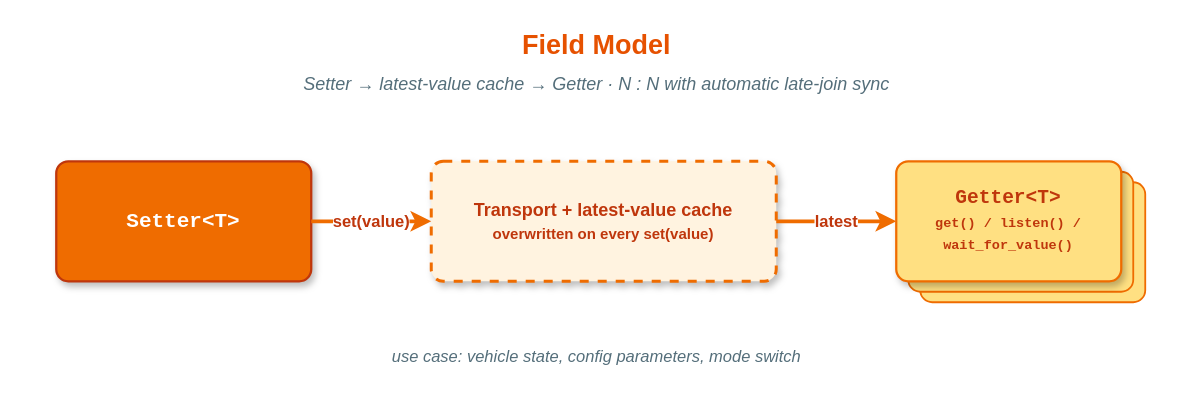
Earlier version of the draw.io diagram doc/images/foreword-field-flow.drawio (PinkMan-03/vlink). Source tidied: cells renumbered, new cells numbered last; positions are measured from the earlier drawing's top-left corner, leaving out a move shared by most shapes. Both pictures are drawn from the tidied source at 150%, with x=0, y=0 at pixel (26, 26).
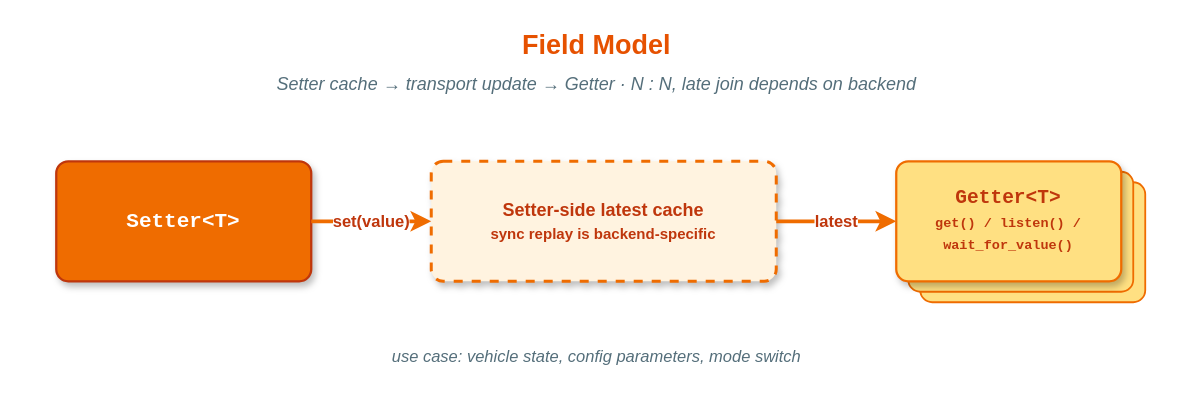
After the change.

The edit, as a diff of the source:
```diff
@@
 <mxGraphModel>
   <root>
     <mxCell id="0" />
     <mxCell id="1" parent="0" />
     <mxCell id="2" value="Field Model" style="text;html=1;align=center;verticalAlign=middle;strokeColor=none;fillColor=none;fontSize=18;fontStyle=1;fontColor=#e65100;" parent="1" vertex="1">
       <mxGeometry width="760" height="26" as="geometry" />
     </mxCell>
-    <mxCell id="3" value="Setter → latest-value cache → Getter    ·    N : N with automatic late-join sync" style="text;html=1;align=center;verticalAlign=middle;strokeColor=none;fillColor=none;fontSize=12;fontStyle=2;fontColor=#546e7a;" parent="1" vertex="1">
+    <mxCell id="3" value="Setter cache → transport update → Getter    ·    N : N, late join depends on backend" style="text;html=1;align=center;verticalAlign=middle;strokeColor=none;fillColor=none;fontSize=12;fontStyle=2;fontColor=#546e7a;" parent="1" vertex="1">
       <mxGeometry y="28" width="760" height="22" as="geometry" />
     </mxCell>
     <mxCell id="4" value="&lt;b&gt;Setter&amp;lt;T&amp;gt;&lt;/b&gt;" style="rounded=1;whiteSpace=wrap;html=1;fillColor=#ef6c00;strokeColor=#bf360c;strokeWidth=1.5;arcSize=10;fontSize=14;fontFamily=Courier New;fontStyle=1;fontColor=#ffffff;shadow=1;verticalAlign=middle;align=center;" parent="1" vertex="1">
       <mxGeometry x="20" y="90" width="170" height="80" as="geometry" />
     </mxCell>
-    <mxCell id="5" value="&lt;b&gt;Transport + latest-value cache&lt;/b&gt;&lt;br/&gt;&lt;span style=&quot;font-size:10px;&quot;&gt;overwritten on every set(value)&lt;/span&gt;" style="rounded=1;whiteSpace=wrap;html=1;fillColor=#fff3e0;strokeColor=#ef6c00;strokeWidth=2;dashed=1;arcSize=10;fontSize=12;fontStyle=1;fontColor=#bf360c;shadow=1;verticalAlign=middle;align=center;" parent="1" vertex="1">
+    <mxCell id="5" value="&lt;b&gt;Setter-side latest cache&lt;/b&gt;&lt;br/&gt;&lt;span style=&quot;font-size:10px;&quot;&gt;sync replay is backend-specific&lt;/span&gt;" style="rounded=1;whiteSpace=wrap;html=1;fillColor=#fff3e0;strokeColor=#ef6c00;strokeWidth=2;dashed=1;arcSize=10;fontSize=12;fontStyle=1;fontColor=#bf360c;shadow=1;verticalAlign=middle;align=center;" parent="1" vertex="1">
       <mxGeometry x="270" y="90" width="230" height="80" as="geometry" />
     </mxCell>
     <mxCell id="6" style="rounded=1;whiteSpace=wrap;html=1;fillColor=#ffe082;strokeColor=#ef6c00;strokeWidth=1.2;arcSize=10;" parent="1" vertex="1">
       <mxGeometry x="596" y="104" width="150" height="80" as="geometry" />
     </mxCell>
     <mxCell id="7" style="rounded=1;whiteSpace=wrap;html=1;fillColor=#ffe082;strokeColor=#ef6c00;strokeWidth=1.2;arcSize=10;" parent="1" vertex="1">
       <mxGeometry x="588" y="97" width="150" height="80" as="geometry" />
     </mxCell>
     <mxCell id="8" value="&lt;b&gt;Getter&amp;lt;T&amp;gt;&lt;/b&gt;&lt;br/&gt;&lt;span style=&quot;font-size:9px;&quot;&gt;get() / listen() / wait_for_value()&lt;/span&gt;" style="rounded=1;whiteSpace=wrap;html=1;fillColor=#ffe082;strokeColor=#ef6c00;strokeWidth=1.5;arcSize=10;fontSize=13;fontFamily=Courier New;fontStyle=1;fontColor=#bf360c;shadow=1;verticalAlign=middle;align=center;" parent="1" vertex="1">
       <mxGeometry x="580" y="90" width="150" height="80" as="geometry" />
     </mxCell>
     <mxCell id="9" value="&lt;b&gt;set(value)&lt;/b&gt;" style="edgeStyle=orthogonalEdgeStyle;rounded=1;endArrow=classic;endFill=1;html=1;strokeWidth=2.5;strokeColor=#ef6c00;fontSize=11;fontStyle=1;fontColor=#bf360c;labelBackgroundColor=#ffffff;exitX=1;exitY=0.5;entryX=0;entryY=0.5;" parent="1" edge="1" source="4" target="5">
       <mxGeometry relative="1" as="geometry" />
     </mxCell>
     <mxCell id="10" value="&lt;b&gt;latest&lt;/b&gt;" style="edgeStyle=orthogonalEdgeStyle;rounded=1;endArrow=classic;endFill=1;html=1;strokeWidth=2.5;strokeColor=#ef6c00;fontSize=11;fontStyle=1;fontColor=#bf360c;labelBackgroundColor=#ffffff;exitX=1;exitY=0.5;entryX=0;entryY=0.5;" parent="1" edge="1" source="5" target="8">
       <mxGeometry relative="1" as="geometry" />
     </mxCell>
     <mxCell id="11" value="use case: vehicle state, config parameters, mode switch" style="text;html=1;align=center;verticalAlign=middle;strokeColor=none;fillColor=none;fontSize=11;fontStyle=2;fontColor=#546e7a;" parent="1" vertex="1">
       <mxGeometry y="208" width="760" height="24" as="geometry" />
     </mxCell>
   </root>
 </mxGraphModel>
```
